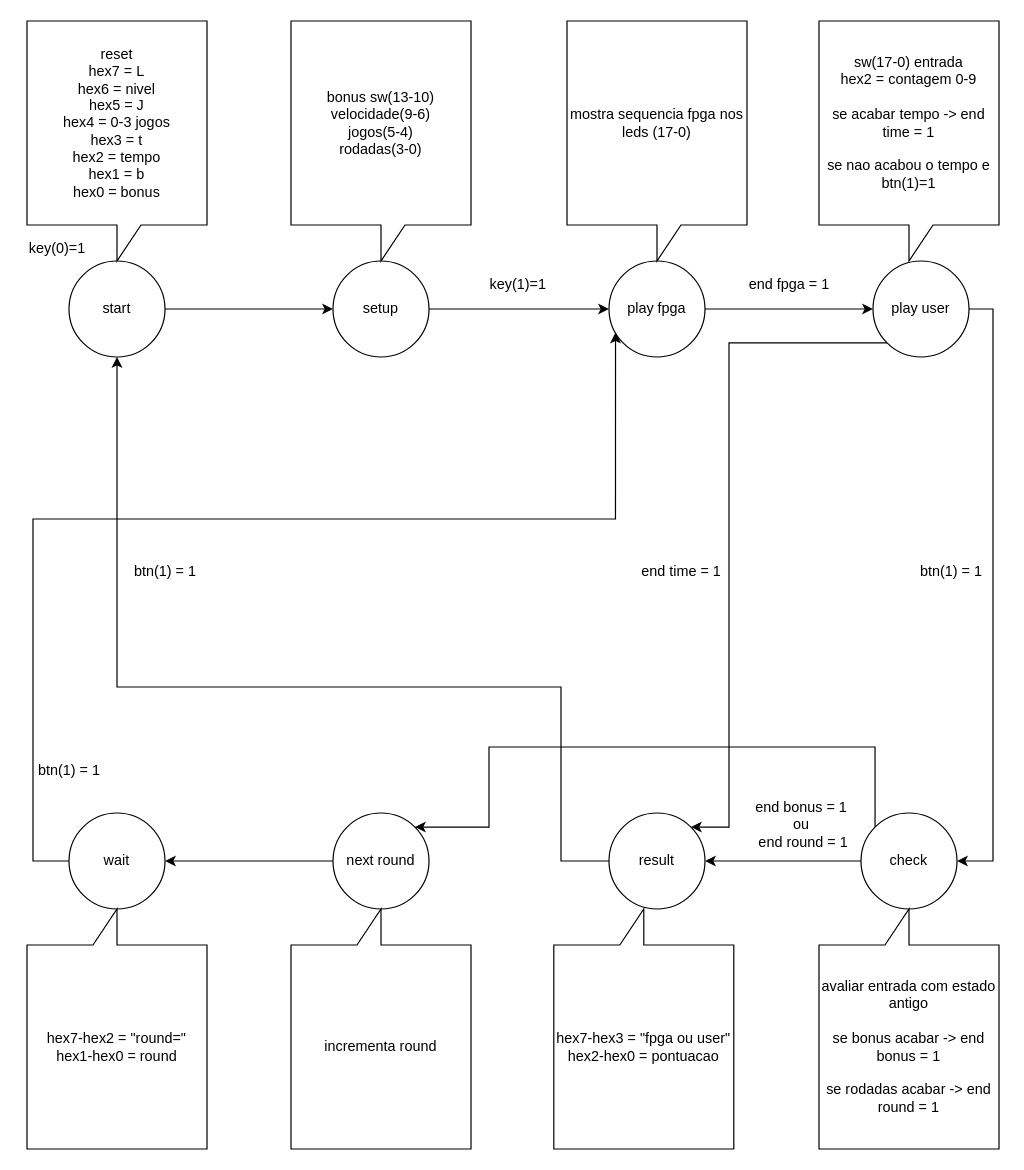
Above: 20.2/eel5105/lab/memory_game/fsm.drawio in rafaelbcastilhos/cco-ufsc (draw.io), before the change. Source tidied: cells renumbered, new cells numbered last; positions are measured from the earlier drawing's top-left corner, leaving out a move shared by most shapes. Both pictures are drawn from the tidied source at 120%, with x=0, y=0 at pixel (20, 20).
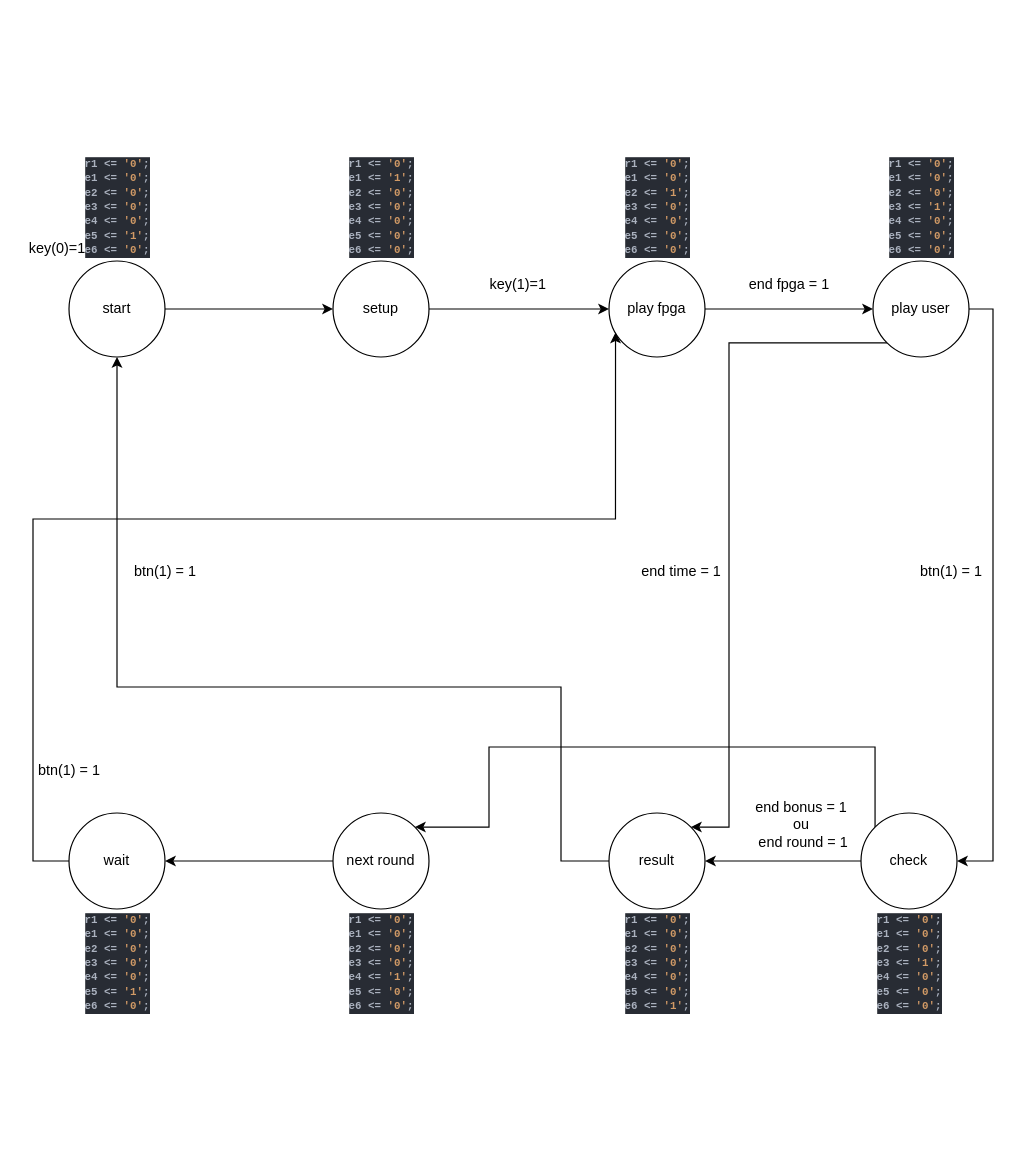
The same page after the edit.

Commit message:
finish fsm

Diff of the diagram source:
```diff
@@
-    <mxCell id="21" value="reset&lt;br&gt;hex7 = L&lt;br&gt;hex6 = nivel&lt;br&gt;hex5 = J&lt;br&gt;hex4 = 0-3 jogos&lt;br&gt;hex3 = t&lt;br&gt;hex2 = tempo&lt;br&gt;hex1 = b&lt;br&gt;hex0 = bonus" style="shape=callout;whiteSpace=wrap;html=1;perimeter=calloutPerimeter;direction=east;" parent="1" vertex="1">
-      <mxGeometry x="5" width="150" height="200" as="geometry" />
-    </mxCell>
-    <mxCell id="22" value="bonus sw(13-10)&lt;br&gt;velocidade(9-6)&lt;br&gt;jogos(5-4)&lt;br&gt;rodadas(3-0)" style="shape=callout;whiteSpace=wrap;html=1;perimeter=calloutPerimeter;direction=east;" parent="1" vertex="1">
-      <mxGeometry x="225" width="150" height="200" as="geometry" />
-    </mxCell>
-    <mxCell id="23" value="mostra sequencia fpga nos leds (17-0)" style="shape=callout;whiteSpace=wrap;html=1;perimeter=calloutPerimeter;direction=east;" parent="1" vertex="1">
-      <mxGeometry x="455" width="150" height="200" as="geometry" />
-    </mxCell>
-    <mxCell id="24" value="sw(17-0) entrada&lt;br&gt;hex2 = contagem 0-9&lt;br&gt;&lt;br&gt;se acabar tempo -&amp;gt; end time = 1&lt;br&gt;&lt;br&gt;se nao acabou o tempo e btn(1)=1" style="shape=callout;whiteSpace=wrap;html=1;perimeter=calloutPerimeter;direction=east;" parent="1" vertex="1">
-      <mxGeometry x="665" width="150" height="200" as="geometry" />
-    </mxCell>
-    <mxCell id="25" value="avaliar entrada com estado antigo&lt;br&gt;&lt;br&gt;se bonus acabar -&amp;gt; end bonus = 1&lt;br&gt;&lt;br&gt;se rodadas acabar -&amp;gt; end round = 1" style="shape=callout;whiteSpace=wrap;html=1;perimeter=calloutPerimeter;direction=west;" parent="1" vertex="1">
-      <mxGeometry x="665" y="740" width="150" height="200" as="geometry" />
-    </mxCell>
-    <mxCell id="26" value="hex7-hex3 = &quot;fpga ou user&quot;&lt;br&gt;hex2-hex0 = pontuacao" style="shape=callout;whiteSpace=wrap;html=1;perimeter=calloutPerimeter;direction=west;" parent="1" vertex="1">
-      <mxGeometry x="444" y="740" width="150" height="200" as="geometry" />
-    </mxCell>
-    <mxCell id="27" value="incrementa round" style="shape=callout;whiteSpace=wrap;html=1;perimeter=calloutPerimeter;direction=west;" parent="1" vertex="1">
-      <mxGeometry x="225" y="740" width="150" height="200" as="geometry" />
-    </mxCell>
-    <mxCell id="28" value="hex7-hex2 = &quot;round=&quot;&lt;br&gt;hex1-hex0 = round" style="shape=callout;whiteSpace=wrap;html=1;perimeter=calloutPerimeter;direction=west;" parent="1" vertex="1">
-      <mxGeometry x="5" y="740" width="150" height="200" as="geometry" />
-    </mxCell>
@@
+    <mxCell id="36" value="&lt;div style=&quot;color: rgb(171 , 178 , 191) ; background-color: rgb(40 , 44 , 52) ; font-family: &amp;#34;fira code retina&amp;#34; , &amp;#34;droid sans mono&amp;#34; , monospace , monospace , &amp;#34;droid sans fallback&amp;#34; ; font-weight: bold ; font-size: 9px ; line-height: 12px&quot;&gt;&lt;div&gt;                        r1 &amp;lt;= &lt;span style=&quot;color: #d19a66&quot;&gt;'0'&lt;/span&gt;;&lt;/div&gt;&lt;div&gt;                        e1 &amp;lt;= &lt;span style=&quot;color: #d19a66&quot;&gt;'0'&lt;/span&gt;;&lt;/div&gt;&lt;div&gt;                        e2 &amp;lt;= &lt;span style=&quot;color: #d19a66&quot;&gt;'0'&lt;/span&gt;;&lt;/div&gt;&lt;div&gt;                        e3 &amp;lt;= &lt;span style=&quot;color: #d19a66&quot;&gt;'0'&lt;/span&gt;;&lt;/div&gt;&lt;div&gt;                        e4 &amp;lt;= &lt;span style=&quot;color: #d19a66&quot;&gt;'0'&lt;/span&gt;;&lt;/div&gt;&lt;div&gt;                        e5 &amp;lt;= &lt;span style=&quot;color: #d19a66&quot;&gt;'1'&lt;/span&gt;;&lt;/div&gt;&lt;div&gt;                        e6 &amp;lt;= &lt;span style=&quot;color: #d19a66&quot;&gt;'0'&lt;/span&gt;;&lt;/div&gt;&lt;/div&gt;" style="text;html=1;align=center;verticalAlign=middle;strokeColor=none;" parent="1" vertex="1">
+      <mxGeometry x="45" y="110" width="70" height="90" as="geometry" />
+    </mxCell>
+    <mxCell id="37" value="&lt;div style=&quot;color: rgb(171 , 178 , 191) ; background-color: rgb(40 , 44 , 52) ; font-family: &amp;#34;fira code retina&amp;#34; , &amp;#34;droid sans mono&amp;#34; , monospace , monospace , &amp;#34;droid sans fallback&amp;#34; ; font-weight: bold ; font-size: 9px ; line-height: 12px&quot;&gt;&lt;div&gt;                        r1 &amp;lt;= &lt;span style=&quot;color: #d19a66&quot;&gt;'0'&lt;/span&gt;;&lt;/div&gt;&lt;div&gt;                        e1 &amp;lt;= &lt;span style=&quot;color: #d19a66&quot;&gt;'1'&lt;/span&gt;;&lt;/div&gt;&lt;div&gt;                        e2 &amp;lt;= &lt;span style=&quot;color: #d19a66&quot;&gt;'0'&lt;/span&gt;;&lt;/div&gt;&lt;div&gt;                        e3 &amp;lt;= &lt;span style=&quot;color: #d19a66&quot;&gt;'0'&lt;/span&gt;;&lt;/div&gt;&lt;div&gt;                        e4 &amp;lt;= &lt;span style=&quot;color: #d19a66&quot;&gt;'0'&lt;/span&gt;;&lt;/div&gt;&lt;div&gt;                        e5 &amp;lt;= &lt;span style=&quot;color: #d19a66&quot;&gt;'0'&lt;/span&gt;;&lt;/div&gt;&lt;div&gt;                        e6 &amp;lt;= &lt;span style=&quot;color: #d19a66&quot;&gt;'0'&lt;/span&gt;;&lt;/div&gt;&lt;/div&gt;" style="text;html=1;align=center;verticalAlign=middle;strokeColor=none;" parent="1" vertex="1">
+      <mxGeometry x="265" y="110" width="70" height="90" as="geometry" />
+    </mxCell>
+    <mxCell id="38" value="&lt;div style=&quot;color: rgb(171 , 178 , 191) ; background-color: rgb(40 , 44 , 52) ; font-family: &amp;#34;fira code retina&amp;#34; , &amp;#34;droid sans mono&amp;#34; , monospace , monospace , &amp;#34;droid sans fallback&amp;#34; ; font-weight: bold ; font-size: 9px ; line-height: 12px&quot;&gt;&lt;div&gt;                        r1 &amp;lt;= &lt;span style=&quot;color: #d19a66&quot;&gt;'0'&lt;/span&gt;;&lt;/div&gt;&lt;div&gt;                        e1 &amp;lt;= &lt;span style=&quot;color: #d19a66&quot;&gt;'0'&lt;/span&gt;;&lt;/div&gt;&lt;div&gt;                        e2 &amp;lt;= &lt;span style=&quot;color: #d19a66&quot;&gt;'1'&lt;/span&gt;;&lt;/div&gt;&lt;div&gt;                        e3 &amp;lt;= &lt;span style=&quot;color: #d19a66&quot;&gt;'0'&lt;/span&gt;;&lt;/div&gt;&lt;div&gt;                        e4 &amp;lt;= &lt;span style=&quot;color: #d19a66&quot;&gt;'0'&lt;/span&gt;;&lt;/div&gt;&lt;div&gt;                        e5 &amp;lt;= &lt;span style=&quot;color: #d19a66&quot;&gt;'0'&lt;/span&gt;;&lt;/div&gt;&lt;div&gt;                        e6 &amp;lt;= &lt;span style=&quot;color: #d19a66&quot;&gt;'0'&lt;/span&gt;;&lt;/div&gt;&lt;/div&gt;" style="text;html=1;align=center;verticalAlign=middle;strokeColor=none;" parent="1" vertex="1">
+      <mxGeometry x="495" y="110" width="70" height="90" as="geometry" />
+    </mxCell>
+    <mxCell id="39" value="&lt;div style=&quot;color: rgb(171 , 178 , 191) ; background-color: rgb(40 , 44 , 52) ; font-family: &amp;#34;fira code retina&amp;#34; , &amp;#34;droid sans mono&amp;#34; , monospace , monospace , &amp;#34;droid sans fallback&amp;#34; ; font-weight: bold ; font-size: 9px ; line-height: 12px&quot;&gt;&lt;div&gt;                        r1 &amp;lt;= &lt;span style=&quot;color: #d19a66&quot;&gt;'0'&lt;/span&gt;;&lt;/div&gt;&lt;div&gt;                        e1 &amp;lt;= &lt;span style=&quot;color: #d19a66&quot;&gt;'0'&lt;/span&gt;;&lt;/div&gt;&lt;div&gt;                        e2 &amp;lt;= &lt;span style=&quot;color: #d19a66&quot;&gt;'0'&lt;/span&gt;;&lt;/div&gt;&lt;div&gt;                        e3 &amp;lt;= &lt;span style=&quot;color: #d19a66&quot;&gt;'1'&lt;/span&gt;;&lt;/div&gt;&lt;div&gt;                        e4 &amp;lt;= &lt;span style=&quot;color: #d19a66&quot;&gt;'0'&lt;/span&gt;;&lt;/div&gt;&lt;div&gt;                        e5 &amp;lt;= &lt;span style=&quot;color: #d19a66&quot;&gt;'0'&lt;/span&gt;;&lt;/div&gt;&lt;div&gt;                        e6 &amp;lt;= &lt;span style=&quot;color: #d19a66&quot;&gt;'0'&lt;/span&gt;;&lt;/div&gt;&lt;/div&gt;" style="text;html=1;align=center;verticalAlign=middle;strokeColor=none;" parent="1" vertex="1">
+      <mxGeometry x="715" y="110" width="70" height="90" as="geometry" />
+    </mxCell>
+    <mxCell id="40" value="&lt;div style=&quot;color: rgb(171 , 178 , 191) ; background-color: rgb(40 , 44 , 52) ; font-family: &amp;#34;fira code retina&amp;#34; , &amp;#34;droid sans mono&amp;#34; , monospace , monospace , &amp;#34;droid sans fallback&amp;#34; ; font-weight: bold ; font-size: 9px ; line-height: 12px&quot;&gt;&lt;div&gt;                        r1 &amp;lt;= &lt;span style=&quot;color: #d19a66&quot;&gt;'0'&lt;/span&gt;;&lt;/div&gt;&lt;div&gt;                        e1 &amp;lt;= &lt;span style=&quot;color: #d19a66&quot;&gt;'0'&lt;/span&gt;;&lt;/div&gt;&lt;div&gt;                        e2 &amp;lt;= &lt;span style=&quot;color: #d19a66&quot;&gt;'0'&lt;/span&gt;;&lt;/div&gt;&lt;div&gt;                        e3 &amp;lt;= &lt;span style=&quot;color: #d19a66&quot;&gt;'1'&lt;/span&gt;;&lt;/div&gt;&lt;div&gt;                        e4 &amp;lt;= &lt;span style=&quot;color: #d19a66&quot;&gt;'0'&lt;/span&gt;;&lt;/div&gt;&lt;div&gt;                        e5 &amp;lt;= &lt;span style=&quot;color: #d19a66&quot;&gt;'0'&lt;/span&gt;;&lt;/div&gt;&lt;div&gt;                        e6 &amp;lt;= &lt;span style=&quot;color: #d19a66&quot;&gt;'0'&lt;/span&gt;;&lt;/div&gt;&lt;/div&gt;" style="text;html=1;align=center;verticalAlign=middle;strokeColor=none;" parent="1" vertex="1">
+      <mxGeometry x="705" y="740" width="70" height="90" as="geometry" />
+    </mxCell>
+    <mxCell id="41" value="&lt;div style=&quot;color: rgb(171 , 178 , 191) ; background-color: rgb(40 , 44 , 52) ; font-family: &amp;#34;fira code retina&amp;#34; , &amp;#34;droid sans mono&amp;#34; , monospace , monospace , &amp;#34;droid sans fallback&amp;#34; ; font-weight: bold ; font-size: 9px ; line-height: 12px&quot;&gt;&lt;div&gt;                        r1 &amp;lt;= &lt;span style=&quot;color: #d19a66&quot;&gt;'0'&lt;/span&gt;;&lt;/div&gt;&lt;div&gt;                        e1 &amp;lt;= &lt;span style=&quot;color: #d19a66&quot;&gt;'0'&lt;/span&gt;;&lt;/div&gt;&lt;div&gt;                        e2 &amp;lt;= &lt;span style=&quot;color: #d19a66&quot;&gt;'0'&lt;/span&gt;;&lt;/div&gt;&lt;div&gt;                        e3 &amp;lt;= &lt;span style=&quot;color: #d19a66&quot;&gt;'0'&lt;/span&gt;;&lt;/div&gt;&lt;div&gt;                        e4 &amp;lt;= &lt;span style=&quot;color: #d19a66&quot;&gt;'0'&lt;/span&gt;;&lt;/div&gt;&lt;div&gt;                        e5 &amp;lt;= &lt;span style=&quot;color: #d19a66&quot;&gt;'0'&lt;/span&gt;;&lt;/div&gt;&lt;div&gt;                        e6 &amp;lt;= &lt;span style=&quot;color: #d19a66&quot;&gt;'1'&lt;/span&gt;;&lt;/div&gt;&lt;/div&gt;" style="text;html=1;align=center;verticalAlign=middle;strokeColor=none;" parent="1" vertex="1">
+      <mxGeometry x="495" y="740" width="70" height="90" as="geometry" />
+    </mxCell>
+    <mxCell id="42" value="&lt;div style=&quot;color: rgb(171 , 178 , 191) ; background-color: rgb(40 , 44 , 52) ; font-family: &amp;#34;fira code retina&amp;#34; , &amp;#34;droid sans mono&amp;#34; , monospace , monospace , &amp;#34;droid sans fallback&amp;#34; ; font-weight: bold ; font-size: 9px ; line-height: 12px&quot;&gt;&lt;div&gt;                        r1 &amp;lt;= &lt;span style=&quot;color: #d19a66&quot;&gt;'0'&lt;/span&gt;;&lt;/div&gt;&lt;div&gt;                        e1 &amp;lt;= &lt;span style=&quot;color: #d19a66&quot;&gt;'0'&lt;/span&gt;;&lt;/div&gt;&lt;div&gt;                        e2 &amp;lt;= &lt;span style=&quot;color: #d19a66&quot;&gt;'0'&lt;/span&gt;;&lt;/div&gt;&lt;div&gt;                        e3 &amp;lt;= &lt;span style=&quot;color: #d19a66&quot;&gt;'0'&lt;/span&gt;;&lt;/div&gt;&lt;div&gt;                        e4 &amp;lt;= &lt;span style=&quot;color: #d19a66&quot;&gt;'1'&lt;/span&gt;;&lt;/div&gt;&lt;div&gt;                        e5 &amp;lt;= &lt;span style=&quot;color: #d19a66&quot;&gt;'0'&lt;/span&gt;;&lt;/div&gt;&lt;div&gt;                        e6 &amp;lt;= &lt;span style=&quot;color: #d19a66&quot;&gt;'0'&lt;/span&gt;;&lt;/div&gt;&lt;/div&gt;" style="text;html=1;align=center;verticalAlign=middle;strokeColor=none;" parent="1" vertex="1">
+      <mxGeometry x="265" y="740" width="70" height="90" as="geometry" />
+    </mxCell>
+    <mxCell id="43" value="&lt;div style=&quot;color: rgb(171 , 178 , 191) ; background-color: rgb(40 , 44 , 52) ; font-family: &amp;#34;fira code retina&amp;#34; , &amp;#34;droid sans mono&amp;#34; , monospace , monospace , &amp;#34;droid sans fallback&amp;#34; ; font-weight: bold ; font-size: 9px ; line-height: 12px&quot;&gt;&lt;div&gt;                        r1 &amp;lt;= &lt;span style=&quot;color: #d19a66&quot;&gt;'0'&lt;/span&gt;;&lt;/div&gt;&lt;div&gt;                        e1 &amp;lt;= &lt;span style=&quot;color: #d19a66&quot;&gt;'0'&lt;/span&gt;;&lt;/div&gt;&lt;div&gt;                        e2 &amp;lt;= &lt;span style=&quot;color: #d19a66&quot;&gt;'0'&lt;/span&gt;;&lt;/div&gt;&lt;div&gt;                        e3 &amp;lt;= &lt;span style=&quot;color: #d19a66&quot;&gt;'0'&lt;/span&gt;;&lt;/div&gt;&lt;div&gt;                        e4 &amp;lt;= &lt;span style=&quot;color: #d19a66&quot;&gt;'0'&lt;/span&gt;;&lt;/div&gt;&lt;div&gt;                        e5 &amp;lt;= &lt;span style=&quot;color: #d19a66&quot;&gt;'1'&lt;/span&gt;;&lt;/div&gt;&lt;div&gt;                        e6 &amp;lt;= &lt;span style=&quot;color: #d19a66&quot;&gt;'0'&lt;/span&gt;;&lt;/div&gt;&lt;/div&gt;" style="text;html=1;align=center;verticalAlign=middle;strokeColor=none;" parent="1" vertex="1">
+      <mxGeometry x="45" y="740" width="70" height="90" as="geometry" />
+    </mxCell>
```
